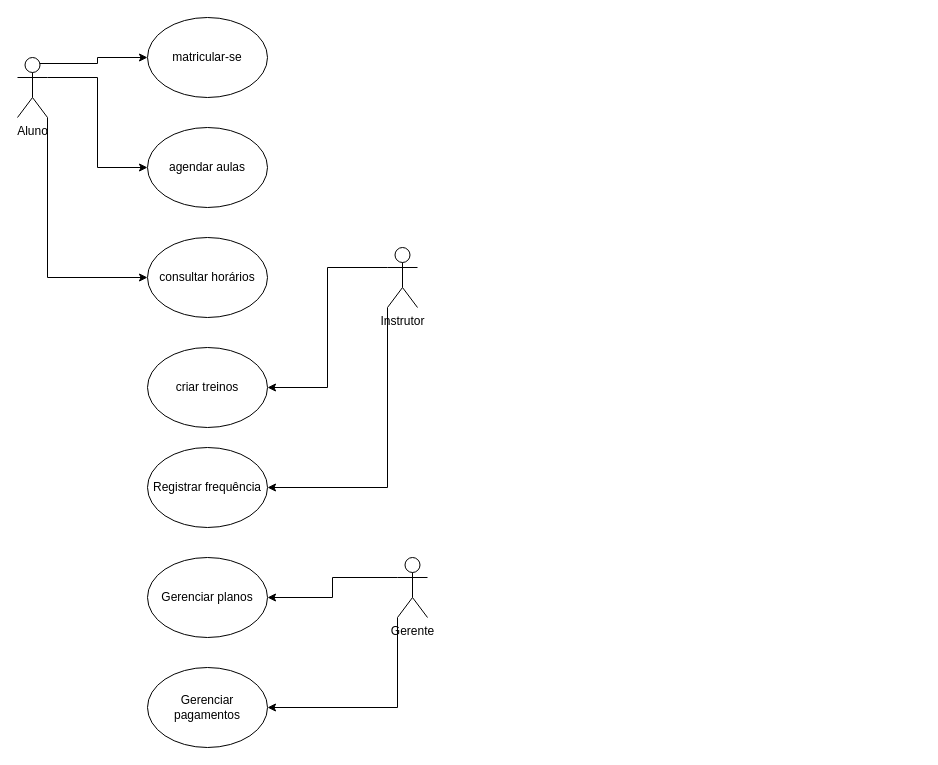
This is page "Página-1" (1 of 4) of sistema de academia.drawio from AirlanDEV/diagramasderequisitos, a draw.io file, before an edit. Source tidied: cells renumbered, new cells numbered last; positions are measured from the earlier drawing's top-left corner, leaving out a move shared by most shapes. Both pictures are drawn from the tidied source at 100%, with x=0, y=0 at pixel (17, 17).
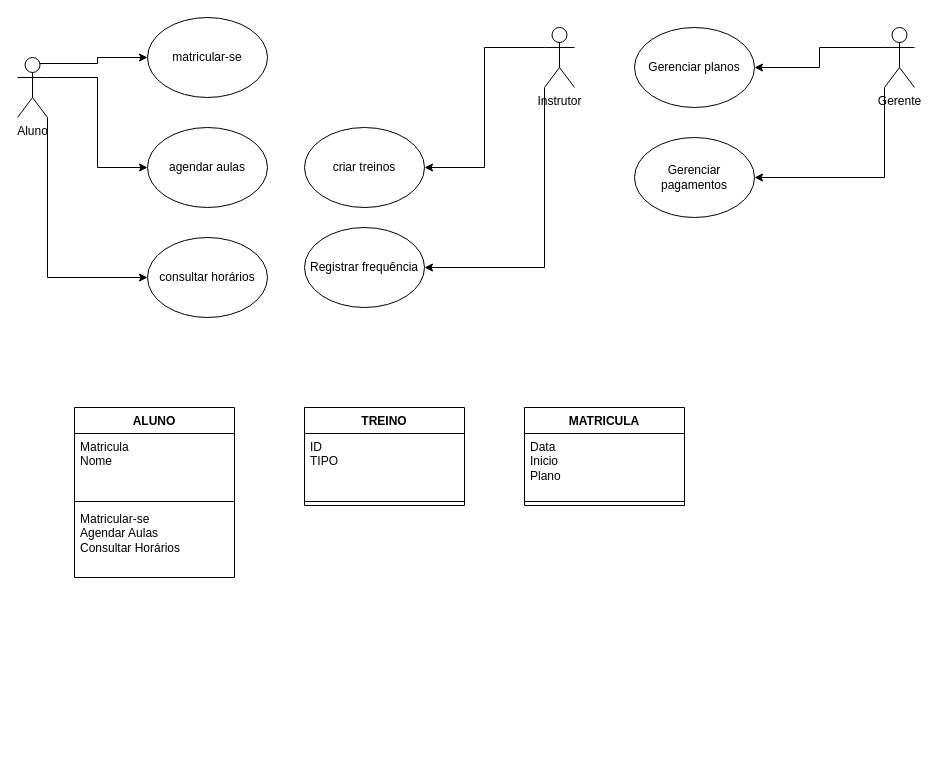
The same diagram, later.

What changed in the source:
```diff
@@
     <mxCell id="4" value="Gerente" style="shape=umlActor;verticalLabelPosition=bottom;verticalAlign=top;html=1;outlineConnect=0;" parent="1" vertex="1">
-      <mxGeometry x="380" y="540" width="30" height="60" as="geometry" />
+      <mxGeometry x="867" y="10" width="30" height="60" as="geometry" />
     </mxCell>
@@
     <mxCell id="7" value="Instrutor" style="shape=umlActor;verticalLabelPosition=bottom;verticalAlign=top;html=1;outlineConnect=0;" parent="1" vertex="1">
-      <mxGeometry x="370" y="230" width="30" height="60" as="geometry" />
+      <mxGeometry x="527" y="10" width="30" height="60" as="geometry" />
     </mxCell>
@@
     <mxCell id="15" value="criar treinos" style="ellipse;whiteSpace=wrap;html=1;" parent="1" vertex="1">
-      <mxGeometry x="130" y="330" width="120" height="80" as="geometry" />
+      <mxGeometry x="287" y="110" width="120" height="80" as="geometry" />
     </mxCell>
     <mxCell id="16" value="Registrar frequência" style="ellipse;whiteSpace=wrap;html=1;" parent="1" vertex="1">
-      <mxGeometry x="130" y="430" width="120" height="80" as="geometry" />
+      <mxGeometry x="287" y="210" width="120" height="80" as="geometry" />
     </mxCell>
     <mxCell id="17" value="Gerenciar planos" style="ellipse;whiteSpace=wrap;html=1;" parent="1" vertex="1">
-      <mxGeometry x="130" y="540" width="120" height="80" as="geometry" />
+      <mxGeometry x="617" y="10" width="120" height="80" as="geometry" />
     </mxCell>
     <mxCell id="18" value="Gerenciar pagamentos" style="ellipse;whiteSpace=wrap;html=1;" parent="1" vertex="1">
-      <mxGeometry x="130" y="650" width="120" height="80" as="geometry" />
+      <mxGeometry x="617" y="120" width="120" height="80" as="geometry" />
     </mxCell>
+    <mxCell id="19" value="ALUNO" style="swimlane;fontStyle=1;align=center;verticalAlign=top;horizontal=1;startSize=26;whiteSpace=wrap;html=1;" parent="1" vertex="1">
+      <mxGeometry x="57" y="390" width="160" height="170" as="geometry" />
+    </mxCell>
+    <mxCell id="20" value="Matricula&lt;div&gt;Nome&lt;/div&gt;" style="text;strokeColor=none;fillColor=none;align=left;verticalAlign=top;spacingLeft=4;spacingRight=4;overflow=hidden;whiteSpace=wrap;html=1;" parent="19" vertex="1">
+      <mxGeometry y="26" width="160" height="64" as="geometry" />
+    </mxCell>
+    <mxCell id="21" style="line;strokeWidth=1;fillColor=none;align=left;verticalAlign=middle;spacingTop=-1;spacingLeft=3;spacingRight=3;labelPosition=right;strokeColor=inherit;" parent="19" vertex="1">
+      <mxGeometry y="90" width="160" height="8" as="geometry" />
+    </mxCell>
+    <mxCell id="22" value="Matricular-se&lt;div&gt;Agendar Aulas&lt;/div&gt;&lt;div&gt;Consultar Horários&lt;/div&gt;" style="text;strokeColor=none;fillColor=none;align=left;verticalAlign=top;spacingLeft=4;spacingRight=4;overflow=hidden;whiteSpace=wrap;html=1;" parent="19" vertex="1">
+      <mxGeometry y="98" width="160" height="72" as="geometry" />
+    </mxCell>
+    <mxCell id="23" value="TREINO" style="swimlane;fontStyle=1;align=center;verticalAlign=top;horizontal=1;startSize=26;whiteSpace=wrap;html=1;" parent="1" vertex="1">
+      <mxGeometry x="287" y="390" width="160" height="98" as="geometry" />
+    </mxCell>
+    <mxCell id="24" value="ID&lt;div&gt;TIPO&lt;/div&gt;" style="text;strokeColor=none;fillColor=none;align=left;verticalAlign=top;spacingLeft=4;spacingRight=4;overflow=hidden;whiteSpace=wrap;html=1;" parent="23" vertex="1">
+      <mxGeometry y="26" width="160" height="64" as="geometry" />
+    </mxCell>
+    <mxCell id="25" style="line;strokeWidth=1;fillColor=none;align=left;verticalAlign=middle;spacingTop=-1;spacingLeft=3;spacingRight=3;labelPosition=right;strokeColor=inherit;" parent="23" vertex="1">
+      <mxGeometry y="90" width="160" height="8" as="geometry" />
+    </mxCell>
+    <mxCell id="26" value="MATRICULA" style="swimlane;fontStyle=1;align=center;verticalAlign=top;horizontal=1;startSize=26;whiteSpace=wrap;html=1;" parent="1" vertex="1">
+      <mxGeometry x="507" y="390" width="160" height="98" as="geometry" />
+    </mxCell>
+    <mxCell id="27" value="Data&lt;div&gt;Inicio&amp;nbsp;&lt;/div&gt;&lt;div&gt;Plano&lt;/div&gt;" style="text;strokeColor=none;fillColor=none;align=left;verticalAlign=top;spacingLeft=4;spacingRight=4;overflow=hidden;whiteSpace=wrap;html=1;" parent="26" vertex="1">
+      <mxGeometry y="26" width="160" height="64" as="geometry" />
+    </mxCell>
+    <mxCell id="28" style="line;strokeWidth=1;fillColor=none;align=left;verticalAlign=middle;spacingTop=-1;spacingLeft=3;spacingRight=3;labelPosition=right;strokeColor=inherit;" parent="26" vertex="1">
+      <mxGeometry y="90" width="160" height="8" as="geometry" />
+    </mxCell>
```
